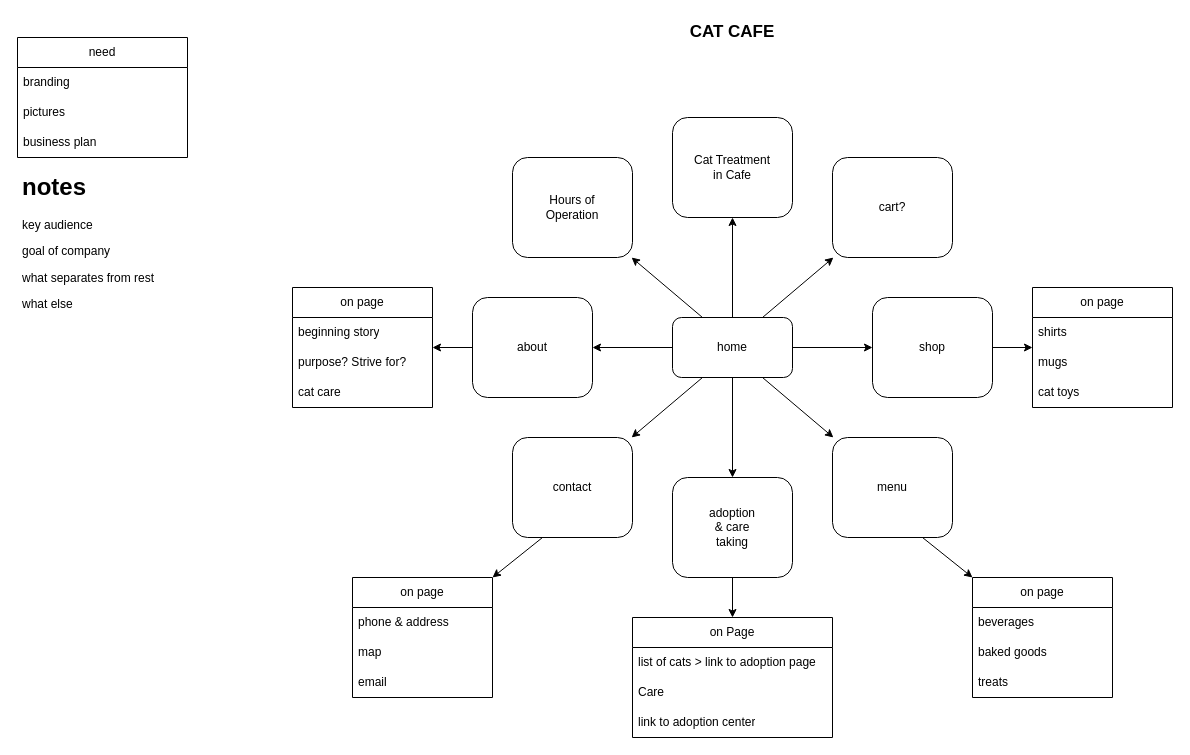
The draw.io diagram CatCafe.drawio in RosemarieHalim/CatCafe, before the edit. Source tidied: cells renumbered, new cells numbered last; positions are measured from the earlier drawing's top-left corner, leaving out a move shared by most shapes. Both pictures are drawn from the tidied source at 100%, with x=0, y=0 at pixel (17, 17).
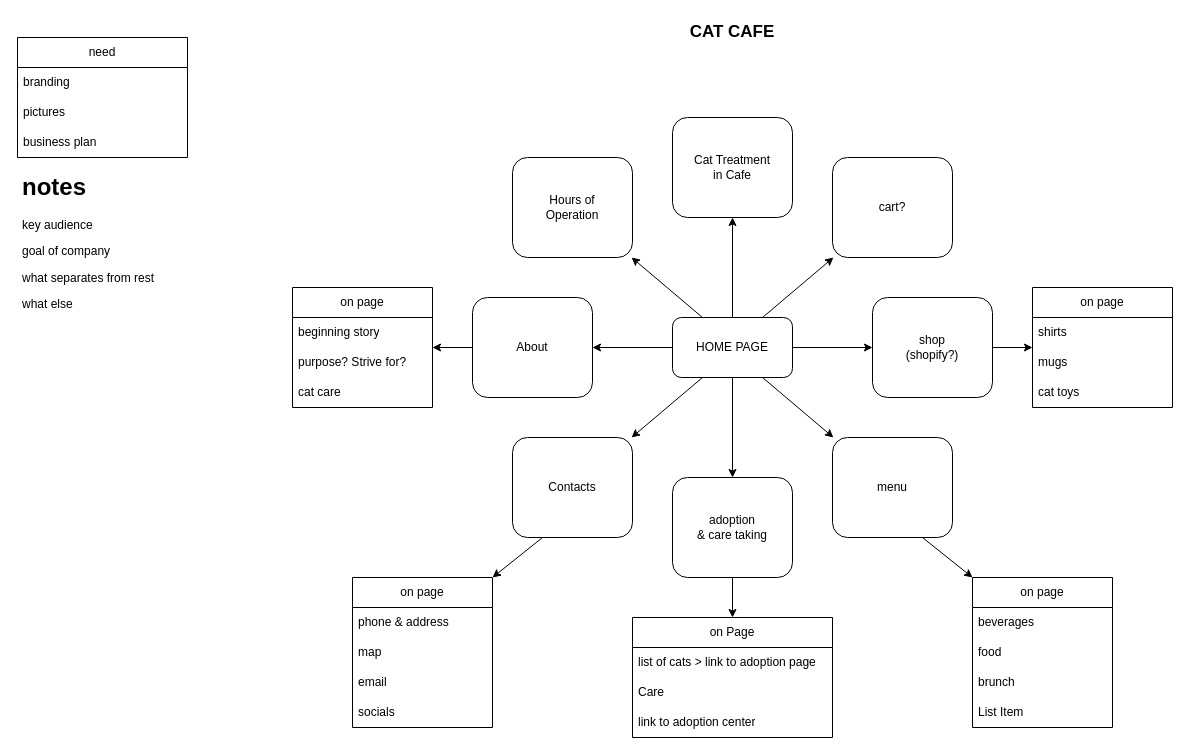
Above is the later version.

What changed in the source:
```diff
@@
-    <mxCell id="5" style="rounded=1;whiteSpace=wrap;html=1;" parent="1" vertex="1">
+    <mxCell id="5" value="HOME PAGE" style="rounded=1;whiteSpace=wrap;html=1;" parent="1" vertex="1">
       <mxGeometry x="655" y="300" width="120" height="60" as="geometry" />
     </mxCell>
@@
-    <mxCell id="8" style="rounded=1;whiteSpace=wrap;html=1;" parent="1" vertex="1">
+    <mxCell id="8" value="About" style="rounded=1;whiteSpace=wrap;html=1;" parent="1" vertex="1">
       <mxGeometry x="455" y="280" width="120" height="100" as="geometry" />
     </mxCell>
@@
-    <mxCell id="10" style="rounded=1;whiteSpace=wrap;html=1;" parent="1" vertex="1">
+    <mxCell id="10" value="shop&lt;br&gt;(shopify?)" style="rounded=1;whiteSpace=wrap;html=1;" parent="1" vertex="1">
       <mxGeometry x="855" y="280" width="120" height="100" as="geometry" />
     </mxCell>
@@
-    <mxCell id="12" style="rounded=1;whiteSpace=wrap;html=1;" parent="1" vertex="1">
+    <mxCell id="12" value="adoption&lt;br&gt;&amp;amp; care taking" style="rounded=1;whiteSpace=wrap;html=1;" parent="1" vertex="1">
       <mxGeometry x="655" y="460" width="120" height="100" as="geometry" />
     </mxCell>
-    <mxCell id="13" style="rounded=1;whiteSpace=wrap;html=1;" parent="1" vertex="1">
+    <mxCell id="13" value="Contacts" style="rounded=1;whiteSpace=wrap;html=1;" parent="1" vertex="1">
       <mxGeometry x="495" y="420" width="120" height="100" as="geometry" />
     </mxCell>
-    <mxCell id="14" style="rounded=1;whiteSpace=wrap;html=1;" parent="1" vertex="1">
+    <mxCell id="14" value="menu" style="rounded=1;whiteSpace=wrap;html=1;" parent="1" vertex="1">
       <mxGeometry x="815" y="420" width="120" height="100" as="geometry" />
     </mxCell>
@@
-    <mxCell id="16" value="about" style="text;html=1;strokeColor=none;fillColor=none;align=center;verticalAlign=middle;whiteSpace=wrap;rounded=0;" parent="1" vertex="1">
-      <mxGeometry x="485" y="315" width="60" height="30" as="geometry" />
-    </mxCell>
-    <mxCell id="17" value="contact" style="text;html=1;strokeColor=none;fillColor=none;align=center;verticalAlign=middle;whiteSpace=wrap;rounded=0;" parent="1" vertex="1">
-      <mxGeometry x="525" y="455" width="60" height="30" as="geometry" />
-    </mxCell>
-    <mxCell id="18" value="adoption&lt;br&gt;&amp;amp; care taking" style="text;html=1;strokeColor=none;fillColor=none;align=center;verticalAlign=middle;whiteSpace=wrap;rounded=0;" parent="1" vertex="1">
-      <mxGeometry x="685" y="495" width="60" height="30" as="geometry" />
-    </mxCell>
-    <mxCell id="19" value="menu" style="text;html=1;strokeColor=none;fillColor=none;align=center;verticalAlign=middle;whiteSpace=wrap;rounded=0;" parent="1" vertex="1">
-      <mxGeometry x="845" y="455" width="60" height="30" as="geometry" />
-    </mxCell>
-    <mxCell id="20" value="shop" style="text;html=1;strokeColor=none;fillColor=none;align=center;verticalAlign=middle;whiteSpace=wrap;rounded=0;" parent="1" vertex="1">
-      <mxGeometry x="885" y="315" width="60" height="30" as="geometry" />
-    </mxCell>
@@
     <mxCell id="26" value="on page" style="swimlane;fontStyle=0;horizontal=1;startSize=30;whiteSpace=wrap;html=1;" parent="1" vertex="1">
-      <mxGeometry x="335" y="560" width="140" height="120" as="geometry" />
+      <mxGeometry x="335" y="560" width="140" height="150" as="geometry" />
     </mxCell>
@@
+    <mxCell id="56" value="socials" style="text;strokeColor=none;fillColor=none;align=left;verticalAlign=middle;spacingLeft=4;spacingRight=4;overflow=hidden;whiteSpace=wrap;html=1;" parent="26" vertex="1">
+      <mxGeometry y="120" width="140" height="30" as="geometry" />
+    </mxCell>
@@
-    <mxCell id="41" value="home" style="text;html=1;strokeColor=none;fillColor=none;align=center;verticalAlign=middle;whiteSpace=wrap;rounded=0;" parent="1" vertex="1">
-      <mxGeometry x="685" y="315" width="60" height="30" as="geometry" />
-    </mxCell>
@@
     <mxCell id="51" value="on page" style="swimlane;fontStyle=0;horizontal=1;startSize=30;whiteSpace=wrap;html=1;" parent="1" vertex="1">
-      <mxGeometry x="955" y="560" width="140" height="120" as="geometry" />
+      <mxGeometry x="955" y="560" width="140" height="150" as="geometry" />
     </mxCell>
@@
-    <mxCell id="53" value="baked goods" style="text;strokeColor=none;fillColor=none;align=left;verticalAlign=middle;spacingLeft=4;spacingRight=4;overflow=hidden;whiteSpace=wrap;html=1;" parent="51" vertex="1">
+    <mxCell id="53" value="food" style="text;strokeColor=none;fillColor=none;align=left;verticalAlign=middle;spacingLeft=4;spacingRight=4;overflow=hidden;whiteSpace=wrap;html=1;" parent="51" vertex="1">
       <mxGeometry y="60" width="140" height="30" as="geometry" />
     </mxCell>
-    <mxCell id="54" value="treats" style="text;strokeColor=none;fillColor=none;align=left;verticalAlign=middle;spacingLeft=4;spacingRight=4;overflow=hidden;whiteSpace=wrap;html=1;" parent="51" vertex="1">
+    <mxCell id="54" value="brunch" style="text;strokeColor=none;fillColor=none;align=left;verticalAlign=middle;spacingLeft=4;spacingRight=4;overflow=hidden;whiteSpace=wrap;html=1;" parent="51" vertex="1">
       <mxGeometry y="90" width="140" height="30" as="geometry" />
     </mxCell>
+    <mxCell id="57" value="List Item" style="text;strokeColor=none;fillColor=none;align=left;verticalAlign=middle;spacingLeft=4;spacingRight=4;overflow=hidden;whiteSpace=wrap;html=1;" parent="51" vertex="1">
+      <mxGeometry y="120" width="140" height="30" as="geometry" />
+    </mxCell>
```
